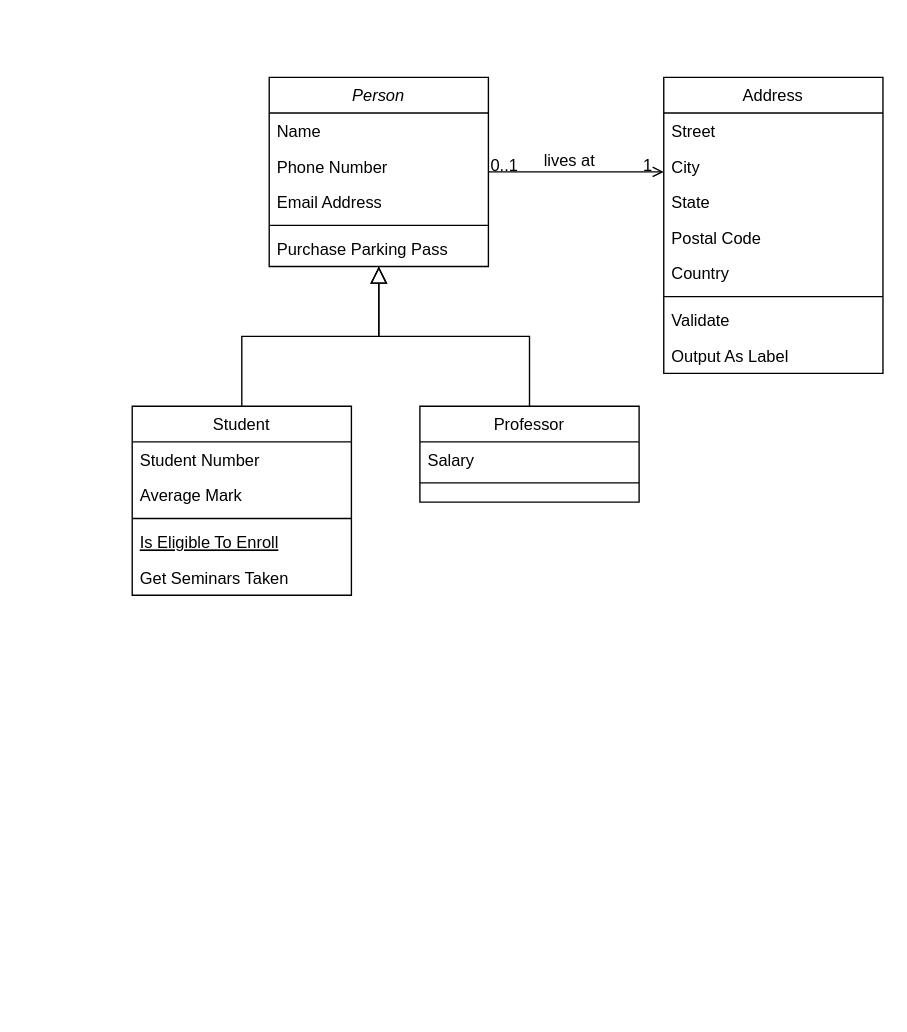
This is clas-diagram-perpus-digital.drawio from azrillll/perpus-digital, a draw.io file, before an edit. Source tidied: cells renumbered, new cells numbered last; positions are measured from the earlier drawing's top-left corner, leaving out a move shared by most shapes. Both pictures are drawn from the tidied source at 137%, with x=0, y=0 at pixel (132, 77).
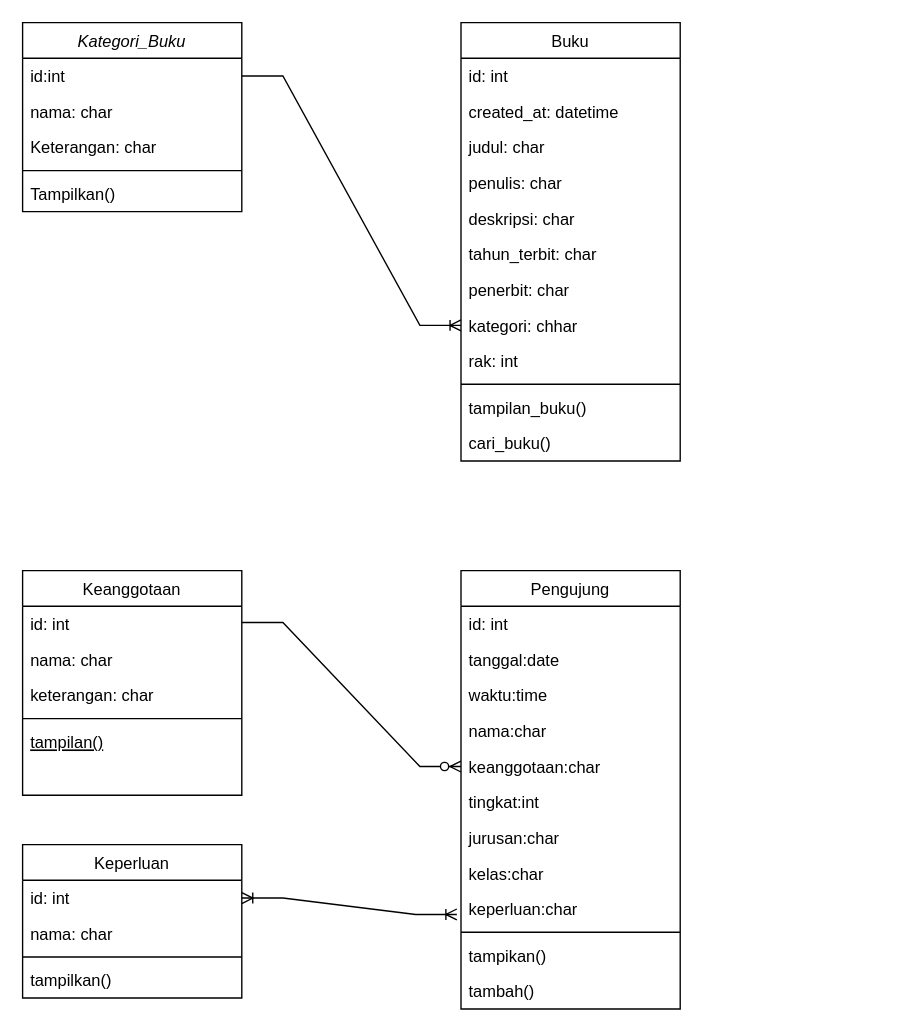
The same page after the edit.

What changed in the source:
```diff
@@
-    <mxCell id="2" value="Person" style="swimlane;fontStyle=2;align=center;verticalAlign=top;horizontal=1;startSize=26;rounded=0;shadow=0;strokeWidth=1;" parent="1" vertex="1">
-      <mxGeometry x="100" width="160" height="138" as="geometry" />
+    <mxCell id="2" value="Kategori_Buku" style="swimlane;fontStyle=2;align=center;verticalAlign=top;horizontal=1;startSize=26;rounded=0;shadow=0;strokeWidth=1;" parent="1" vertex="1">
+      <mxGeometry x="-80" y="-40" width="160" height="138" as="geometry" />
     </mxCell>
-    <mxCell id="3" value="Name" style="text;align=left;verticalAlign=top;spacingLeft=4;spacingRight=4;overflow=hidden;points=[[0,0.5],[1,0.5]];portConstraint=eastwest;" parent="2" vertex="1">
+    <mxCell id="3" value="id:int" style="text;align=left;verticalAlign=top;spacingLeft=4;spacingRight=4;overflow=hidden;points=[[0,0.5],[1,0.5]];portConstraint=eastwest;" parent="2" vertex="1">
       <mxGeometry y="26" width="160" height="26" as="geometry" />
     </mxCell>
-    <mxCell id="4" value="Phone Number" style="text;align=left;verticalAlign=top;spacingLeft=4;spacingRight=4;overflow=hidden;rounded=0;shadow=0;html=0;" parent="2" vertex="1">
+    <mxCell id="4" value="nama: char" style="text;align=left;verticalAlign=top;spacingLeft=4;spacingRight=4;overflow=hidden;rounded=0;shadow=0;html=0;" parent="2" vertex="1">
       <mxGeometry y="52" width="160" height="26" as="geometry" />
     </mxCell>
-    <mxCell id="5" value="Email Address" style="text;align=left;verticalAlign=top;spacingLeft=4;spacingRight=4;overflow=hidden;rounded=0;shadow=0;html=0;" parent="2" vertex="1">
+    <mxCell id="5" value="Keterangan: char" style="text;align=left;verticalAlign=top;spacingLeft=4;spacingRight=4;overflow=hidden;rounded=0;shadow=0;html=0;" parent="2" vertex="1">
       <mxGeometry y="78" width="160" height="26" as="geometry" />
     </mxCell>
@@
-    <mxCell id="7" value="Purchase Parking Pass" style="text;align=left;verticalAlign=top;spacingLeft=4;spacingRight=4;overflow=hidden;" parent="2" vertex="1">
+    <mxCell id="7" value="Tampilkan()" style="text;align=left;verticalAlign=top;spacingLeft=4;spacingRight=4;overflow=hidden;" parent="2" vertex="1">
       <mxGeometry y="112" width="160" height="26" as="geometry" />
     </mxCell>
-    <mxCell id="8" value="Student" style="swimlane;fontStyle=0;align=center;verticalAlign=top;horizontal=1;startSize=26;rounded=0;shadow=0;strokeWidth=1;" parent="1" vertex="1">
-      <mxGeometry y="240" width="160" height="138" as="geometry" />
+    <mxCell id="8" value="Keanggotaan" style="swimlane;fontStyle=0;align=center;verticalAlign=top;horizontal=1;startSize=26;rounded=0;shadow=0;strokeWidth=1;" parent="1" vertex="1">
+      <mxGeometry x="-80" y="360" width="160" height="164" as="geometry" />
     </mxCell>
-    <mxCell id="9" value="Student Number" style="text;align=left;verticalAlign=top;spacingLeft=4;spacingRight=4;overflow=hidden;" parent="8" vertex="1">
+    <mxCell id="9" value="id: int" style="text;align=left;verticalAlign=top;spacingLeft=4;spacingRight=4;overflow=hidden;" parent="8" vertex="1">
       <mxGeometry y="26" width="160" height="26" as="geometry" />
     </mxCell>
+    <mxCell id="32" value="nama: char" style="text;align=left;verticalAlign=top;spacingLeft=4;spacingRight=4;overflow=hidden;rounded=0;shadow=0;html=0;" parent="8" vertex="1">
+      <mxGeometry y="52" width="160" height="26" as="geometry" />
+    </mxCell>
-    <mxCell id="10" value="Average Mark" style="text;align=left;verticalAlign=top;spacingLeft=4;spacingRight=4;overflow=hidden;rounded=0;shadow=0;html=0;" parent="8" vertex="1">
-      <mxGeometry y="52" width="160" height="26" as="geometry" />
+    <mxCell id="10" value="keterangan: char" style="text;align=left;verticalAlign=top;spacingLeft=4;spacingRight=4;overflow=hidden;rounded=0;shadow=0;html=0;" parent="8" vertex="1">
+      <mxGeometry y="78" width="160" height="26" as="geometry" />
     </mxCell>
     <mxCell id="11" style="line;html=1;strokeWidth=1;align=left;verticalAlign=middle;spacingTop=-1;spacingLeft=3;spacingRight=3;labelPosition=right;" parent="8" vertex="1">
-      <mxGeometry y="78" width="160" height="8" as="geometry" />
+      <mxGeometry y="104" width="160" height="8" as="geometry" />
     </mxCell>
-    <mxCell id="12" value="Is Eligible To Enroll" style="text;align=left;verticalAlign=top;spacingLeft=4;spacingRight=4;overflow=hidden;fontStyle=4;" parent="8" vertex="1">
-      <mxGeometry y="86" width="160" height="26" as="geometry" />
+    <mxCell id="12" value="tampilan()" style="text;align=left;verticalAlign=top;spacingLeft=4;spacingRight=4;overflow=hidden;fontStyle=4;" parent="8" vertex="1">
+      <mxGeometry y="112" width="160" height="26" as="geometry" />
     </mxCell>
-    <mxCell id="13" value="Get Seminars Taken" style="text;align=left;verticalAlign=top;spacingLeft=4;spacingRight=4;overflow=hidden;" parent="8" vertex="1">
-      <mxGeometry y="112" width="160" height="26" as="geometry" />
-    </mxCell>
-    <mxCell id="14" style="endArrow=block;endSize=10;endFill=0;shadow=0;strokeWidth=1;rounded=0;edgeStyle=elbowEdgeStyle;elbow=vertical;" parent="1" edge="1" source="8" target="2">
-      <mxGeometry relative="1" as="geometry" />
-    </mxCell>
-    <mxCell id="15" value="Professor" style="swimlane;fontStyle=0;align=center;verticalAlign=top;horizontal=1;startSize=26;rounded=0;shadow=0;strokeWidth=1;" parent="1" vertex="1">
-      <mxGeometry x="210" y="240" width="160" height="70" as="geometry" />
+    <mxCell id="15" value="Keperluan" style="swimlane;fontStyle=0;align=center;verticalAlign=top;horizontal=1;startSize=26;rounded=0;shadow=0;strokeWidth=1;" parent="1" vertex="1">
+      <mxGeometry x="-80" y="560" width="160" height="112" as="geometry" />
     </mxCell>
-    <mxCell id="16" value="Salary" style="text;align=left;verticalAlign=top;spacingLeft=4;spacingRight=4;overflow=hidden;points=[[0,0.5],[1,0.5]];portConstraint=eastwest;" parent="15" vertex="1">
+    <mxCell id="16" value="id: int" style="text;align=left;verticalAlign=top;spacingLeft=4;spacingRight=4;overflow=hidden;points=[[0,0.5],[1,0.5]];portConstraint=eastwest;" parent="15" vertex="1">
       <mxGeometry y="26" width="160" height="26" as="geometry" />
     </mxCell>
+    <mxCell id="33" value="nama: char" style="text;align=left;verticalAlign=top;spacingLeft=4;spacingRight=4;overflow=hidden;" parent="15" vertex="1">
+      <mxGeometry y="52" width="160" height="26" as="geometry" />
+    </mxCell>
     <mxCell id="17" style="line;html=1;strokeWidth=1;align=left;verticalAlign=middle;spacingTop=-1;spacingLeft=3;spacingRight=3;labelPosition=right;" parent="15" vertex="1">
-      <mxGeometry y="52" width="160" height="8" as="geometry" />
+      <mxGeometry y="78" width="160" height="8" as="geometry" />
     </mxCell>
-    <mxCell id="18" style="endArrow=block;endSize=10;endFill=0;shadow=0;strokeWidth=1;rounded=0;edgeStyle=elbowEdgeStyle;elbow=vertical;" parent="1" edge="1" source="15" target="2">
-      <mxGeometry relative="1" as="geometry" />
-    </mxCell>
+    <mxCell id="34" value="tampilkan()" style="text;align=left;verticalAlign=top;spacingLeft=4;spacingRight=4;overflow=hidden;" parent="15" vertex="1">
+      <mxGeometry y="86" width="160" height="26" as="geometry" />
+    </mxCell>
-    <mxCell id="19" value="Address" style="swimlane;fontStyle=0;align=center;verticalAlign=top;horizontal=1;startSize=26;rounded=0;shadow=0;strokeWidth=1;" parent="1" vertex="1">
-      <mxGeometry x="388" width="160" height="216" as="geometry" />
+    <mxCell id="19" value="Buku" style="swimlane;fontStyle=0;align=center;verticalAlign=top;horizontal=1;startSize=26;rounded=0;shadow=0;strokeWidth=1;" parent="1" vertex="1">
+      <mxGeometry x="240" y="-40" width="160" height="320" as="geometry" />
     </mxCell>
-    <mxCell id="20" value="Street" style="text;align=left;verticalAlign=top;spacingLeft=4;spacingRight=4;overflow=hidden;" parent="19" vertex="1">
+    <mxCell id="20" value="id: int" style="text;align=left;verticalAlign=top;spacingLeft=4;spacingRight=4;overflow=hidden;" parent="19" vertex="1">
       <mxGeometry y="26" width="160" height="26" as="geometry" />
     </mxCell>
-    <mxCell id="21" value="City" style="text;align=left;verticalAlign=top;spacingLeft=4;spacingRight=4;overflow=hidden;rounded=0;shadow=0;html=0;" parent="19" vertex="1">
+    <mxCell id="21" value="created_at: datetime" style="text;align=left;verticalAlign=top;spacingLeft=4;spacingRight=4;overflow=hidden;rounded=0;shadow=0;html=0;" parent="19" vertex="1">
       <mxGeometry y="52" width="160" height="26" as="geometry" />
     </mxCell>
-    <mxCell id="22" value="State" style="text;align=left;verticalAlign=top;spacingLeft=4;spacingRight=4;overflow=hidden;rounded=0;shadow=0;html=0;" parent="19" vertex="1">
+    <mxCell id="22" value="judul: char" style="text;align=left;verticalAlign=top;spacingLeft=4;spacingRight=4;overflow=hidden;rounded=0;shadow=0;html=0;" parent="19" vertex="1">
       <mxGeometry y="78" width="160" height="26" as="geometry" />
     </mxCell>
-    <mxCell id="23" value="Postal Code" style="text;align=left;verticalAlign=top;spacingLeft=4;spacingRight=4;overflow=hidden;rounded=0;shadow=0;html=0;" parent="19" vertex="1">
+    <mxCell id="23" value="penulis: char" style="text;align=left;verticalAlign=top;spacingLeft=4;spacingRight=4;overflow=hidden;rounded=0;shadow=0;html=0;" parent="19" vertex="1">
       <mxGeometry y="104" width="160" height="26" as="geometry" />
     </mxCell>
-    <mxCell id="24" value="Country" style="text;align=left;verticalAlign=top;spacingLeft=4;spacingRight=4;overflow=hidden;rounded=0;shadow=0;html=0;" parent="19" vertex="1">
+    <mxCell id="24" value="deskripsi: char" style="text;align=left;verticalAlign=top;spacingLeft=4;spacingRight=4;overflow=hidden;rounded=0;shadow=0;html=0;" parent="19" vertex="1">
       <mxGeometry y="130" width="160" height="26" as="geometry" />
     </mxCell>
-    <mxCell id="25" style="line;html=1;strokeWidth=1;align=left;verticalAlign=middle;spacingTop=-1;spacingLeft=3;spacingRight=3;labelPosition=right;" parent="19" vertex="1">
-      <mxGeometry y="156" width="160" height="8" as="geometry" />
-    </mxCell>
-    <mxCell id="26" value="Validate" style="text;align=left;verticalAlign=top;spacingLeft=4;spacingRight=4;overflow=hidden;" parent="19" vertex="1">
-      <mxGeometry y="164" width="160" height="26" as="geometry" />
+    <mxCell id="26" value="tahun_terbit: char" style="text;align=left;verticalAlign=top;spacingLeft=4;spacingRight=4;overflow=hidden;" parent="19" vertex="1">
+      <mxGeometry y="156" width="160" height="26" as="geometry" />
     </mxCell>
-    <mxCell id="27" value="Output As Label" style="text;align=left;verticalAlign=top;spacingLeft=4;spacingRight=4;overflow=hidden;" parent="19" vertex="1">
-      <mxGeometry y="190" width="160" height="26" as="geometry" />
+    <mxCell id="27" value="penerbit: char " style="text;align=left;verticalAlign=top;spacingLeft=4;spacingRight=4;overflow=hidden;" parent="19" vertex="1">
+      <mxGeometry y="182" width="160" height="26" as="geometry" />
     </mxCell>
-    <mxCell id="28" style="endArrow=open;shadow=0;strokeWidth=1;rounded=0;endFill=1;edgeStyle=elbowEdgeStyle;elbow=vertical;" parent="1" edge="1" source="2" target="19">
-      <mxGeometry x="0.5" y="41" relative="1" as="geometry">
-        <mxPoint x="-40" y="32" as="offset" />
-      </mxGeometry>
-    </mxCell>
-    <mxCell id="29" value="0..1" style="align=left;verticalAlign=bottom;labelBackgroundColor=none;fontSize=12;" parent="28" vertex="1">
-      <mxGeometry x="-1" relative="1" as="geometry">
-        <mxPoint y="4" as="offset" />
-      </mxGeometry>
-    </mxCell>
-    <mxCell id="30" value="1" style="align=right;verticalAlign=bottom;labelBackgroundColor=none;fontSize=12;" parent="28" vertex="1">
-      <mxGeometry x="1" relative="1" as="geometry">
-        <mxPoint x="-7" y="4" as="offset" />
-      </mxGeometry>
-    </mxCell>
-    <mxCell id="31" value="lives at" style="text;html=1;align=center;verticalAlign=middle;labelBackgroundColor=none;rounded=0;shadow=0;strokeWidth=1;fontSize=12;" parent="28" vertex="1">
-      <mxGeometry x="0.5" y="49" relative="1" as="geometry">
-        <mxPoint x="-38" y="40" as="offset" />
-      </mxGeometry>
-    </mxCell>
+    <mxCell id="35" value="kategori: chhar" style="text;align=left;verticalAlign=top;spacingLeft=4;spacingRight=4;overflow=hidden;points=[[0,0.5],[1,0.5]];portConstraint=eastwest;" parent="19" vertex="1">
+      <mxGeometry y="208" width="160" height="26" as="geometry" />
+    </mxCell>
+    <mxCell id="36" value="rak: int" style="text;align=left;verticalAlign=top;spacingLeft=4;spacingRight=4;overflow=hidden;" parent="19" vertex="1">
+      <mxGeometry y="234" width="160" height="26" as="geometry" />
+    </mxCell>
+    <mxCell id="37" style="line;html=1;strokeWidth=1;align=left;verticalAlign=middle;spacingTop=-1;spacingLeft=3;spacingRight=3;labelPosition=right;" parent="19" vertex="1">
+      <mxGeometry y="260" width="160" height="8" as="geometry" />
+    </mxCell>
+    <mxCell id="38" value="tampilan_buku()" style="text;align=left;verticalAlign=top;spacingLeft=4;spacingRight=4;overflow=hidden;" parent="19" vertex="1">
+      <mxGeometry y="268" width="160" height="26" as="geometry" />
+    </mxCell>
+    <mxCell id="39" value="cari_buku()" style="text;align=left;verticalAlign=top;spacingLeft=4;spacingRight=4;overflow=hidden;" parent="19" vertex="1">
+      <mxGeometry y="294" width="160" height="26" as="geometry" />
+    </mxCell>
+    <mxCell id="40" value="Pengujung" style="swimlane;fontStyle=0;align=center;verticalAlign=top;horizontal=1;startSize=26;rounded=0;shadow=0;strokeWidth=1;" parent="1" vertex="1">
+      <mxGeometry x="240" y="360" width="160" height="320" as="geometry" />
+    </mxCell>
+    <mxCell id="41" value="id: int" style="text;align=left;verticalAlign=top;spacingLeft=4;spacingRight=4;overflow=hidden;" parent="40" vertex="1">
+      <mxGeometry y="26" width="160" height="26" as="geometry" />
+    </mxCell>
+    <mxCell id="42" value="tanggal:date" style="text;align=left;verticalAlign=top;spacingLeft=4;spacingRight=4;overflow=hidden;rounded=0;shadow=0;html=0;" parent="40" vertex="1">
+      <mxGeometry y="52" width="160" height="26" as="geometry" />
+    </mxCell>
+    <mxCell id="43" value="waktu:time" style="text;align=left;verticalAlign=top;spacingLeft=4;spacingRight=4;overflow=hidden;rounded=0;shadow=0;html=0;" parent="40" vertex="1">
+      <mxGeometry y="78" width="160" height="26" as="geometry" />
+    </mxCell>
+    <mxCell id="44" value="nama:char" style="text;align=left;verticalAlign=top;spacingLeft=4;spacingRight=4;overflow=hidden;rounded=0;shadow=0;html=0;" parent="40" vertex="1">
+      <mxGeometry y="104" width="160" height="26" as="geometry" />
+    </mxCell>
+    <mxCell id="45" value="keanggotaan:char" style="text;align=left;verticalAlign=top;spacingLeft=4;spacingRight=4;overflow=hidden;points=[[0,0.5],[1,0.5]];portConstraint=eastwest;rounded=0;shadow=0;html=0;" parent="40" vertex="1">
+      <mxGeometry y="130" width="160" height="26" as="geometry" />
+    </mxCell>
+    <mxCell id="46" value="tingkat:int" style="text;align=left;verticalAlign=top;spacingLeft=4;spacingRight=4;overflow=hidden;" parent="40" vertex="1">
+      <mxGeometry y="156" width="160" height="26" as="geometry" />
+    </mxCell>
+    <mxCell id="47" value="jurusan:char" style="text;align=left;verticalAlign=top;spacingLeft=4;spacingRight=4;overflow=hidden;" parent="40" vertex="1">
+      <mxGeometry y="182" width="160" height="26" as="geometry" />
+    </mxCell>
+    <mxCell id="48" value="kelas:char" style="text;align=left;verticalAlign=top;spacingLeft=4;spacingRight=4;overflow=hidden;" parent="40" vertex="1">
+      <mxGeometry y="208" width="160" height="26" as="geometry" />
+    </mxCell>
+    <mxCell id="49" value="keperluan:char" style="text;align=left;verticalAlign=top;spacingLeft=4;spacingRight=4;overflow=hidden;points=[[0,0.5],[1,0.5]];portConstraint=eastwest;" parent="40" vertex="1">
+      <mxGeometry y="234" width="160" height="26" as="geometry" />
+    </mxCell>
+    <mxCell id="50" style="line;html=1;strokeWidth=1;align=left;verticalAlign=middle;spacingTop=-1;spacingLeft=3;spacingRight=3;labelPosition=right;" parent="40" vertex="1">
+      <mxGeometry y="260" width="160" height="8" as="geometry" />
+    </mxCell>
+    <mxCell id="51" value="tampikan()" style="text;align=left;verticalAlign=top;spacingLeft=4;spacingRight=4;overflow=hidden;" parent="40" vertex="1">
+      <mxGeometry y="268" width="160" height="26" as="geometry" />
+    </mxCell>
+    <mxCell id="52" value="tambah()" style="text;align=left;verticalAlign=top;spacingLeft=4;spacingRight=4;overflow=hidden;" parent="40" vertex="1">
+      <mxGeometry y="294" width="160" height="26" as="geometry" />
+    </mxCell>
+    <mxCell id="53" style="edgeStyle=entityRelationEdgeStyle;fontSize=12;html=1;endArrow=ERoneToMany;rounded=0;exitX=1;exitY=0.5;exitDx=0;exitDy=0;entryX=0;entryY=0.5;entryDx=0;entryDy=0;" parent="1" edge="1" source="3" target="35">
+      <mxGeometry relative="1" as="geometry">
+        <Array as="points">
+          <mxPoint x="110" y="30" />
+          <mxPoint x="230" y="150" />
+        </Array>
+      </mxGeometry>
+    </mxCell>
+    <mxCell id="54" style="edgeStyle=entityRelationEdgeStyle;fontSize=12;html=1;endArrow=ERzeroToMany;endFill=1;rounded=0;exitX=1.024;exitY=0.456;exitDx=0;exitDy=0;exitPerimeter=0;entryX=0;entryY=0.5;entryDx=0;entryDy=0;" parent="1" edge="1" target="45">
+      <mxGeometry relative="1" as="geometry">
+        <mxPoint x="80" y="397.9" as="sourcePoint" />
+      </mxGeometry>
+    </mxCell>
+    <mxCell id="55" style="edgeStyle=entityRelationEdgeStyle;fontSize=12;html=1;endArrow=ERoneToMany;startArrow=ERoneToMany;rounded=0;exitX=1;exitY=0.5;exitDx=0;exitDy=0;entryX=-0.019;entryY=0.654;entryDx=0;entryDy=0;entryPerimeter=0;" parent="1" edge="1" source="16" target="49">
+      <mxGeometry relative="1" as="geometry" />
+    </mxCell>
```
